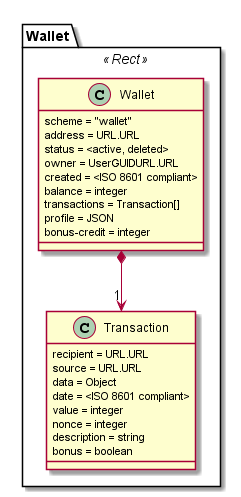
Earlier version of the PlantUML export datamodel/data-objects/wallet/Wallet-Data-Object-Model.png (reTHINK-project/specs).
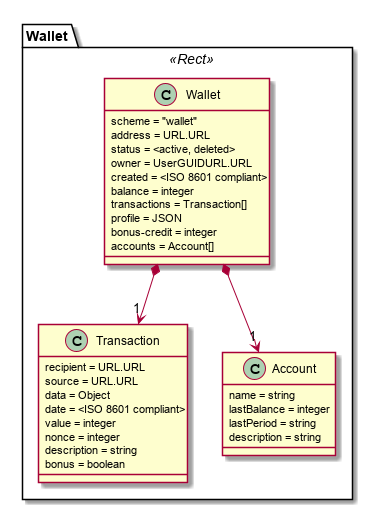
The same file after the commit.

Commit message:
Wallet: added Account class

What changed in the source:
```diff
@@ -12,6 +12,7 @@
 		transactions = Transaction[]
 		profile = JSON
 		bonus-credit = integer
+		accounts = Account[]
 	}
 
 	class Transaction {
@@ -25,8 +26,17 @@
 		bonus = boolean
 	}
 
+	class Account {
+		name = string
+		lastBalance = integer
+    lastPeriod = string
+    description = string
+	}
+
+
 	}
 
 
 	Wallet *--> "1" Transaction
+	Wallet *--> "1" Account
 @enduml
```
